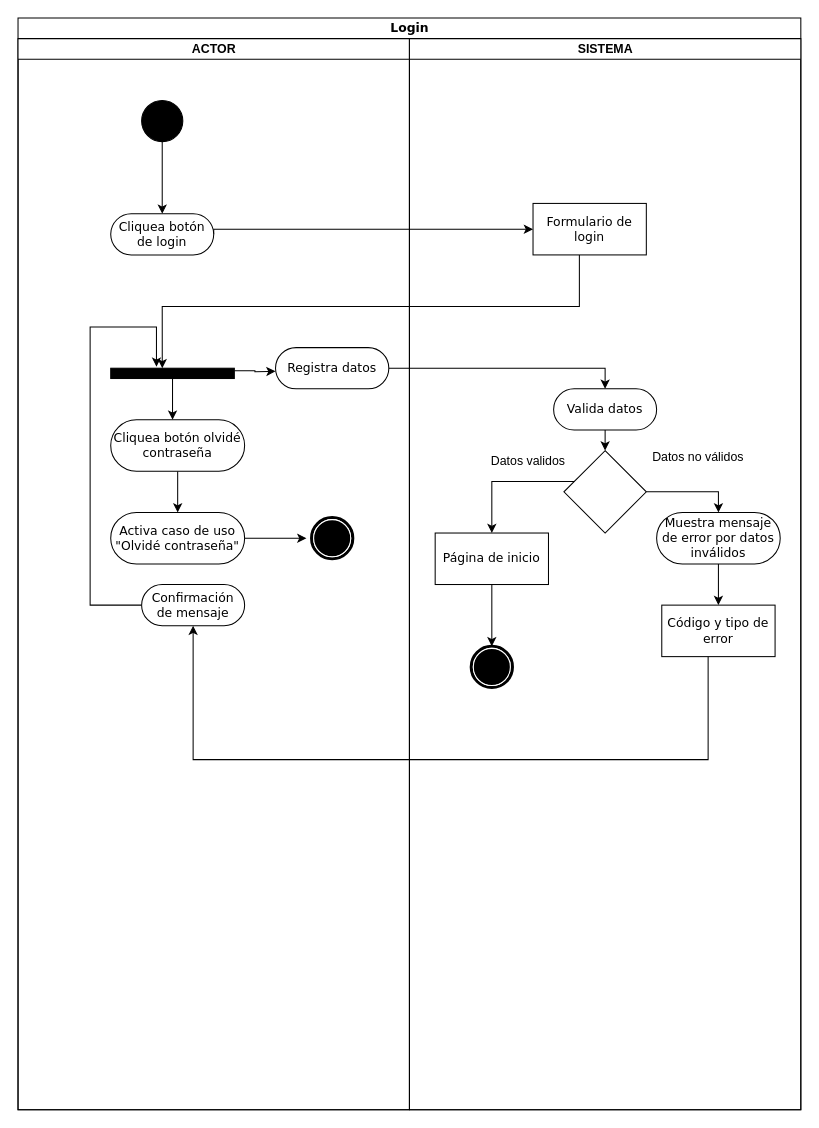
Before: page "Login" (2 of 3) of MET/Registro.drawio in NeutronBlast/IS-Ex, a draw.io diagram. Source tidied: cells renumbered, new cells numbered last; positions are measured from the earlier drawing's top-left corner, leaving out a move shared by most shapes. Both pictures are drawn from the tidied source at 103%, with x=0, y=0 at pixel (18, 18).
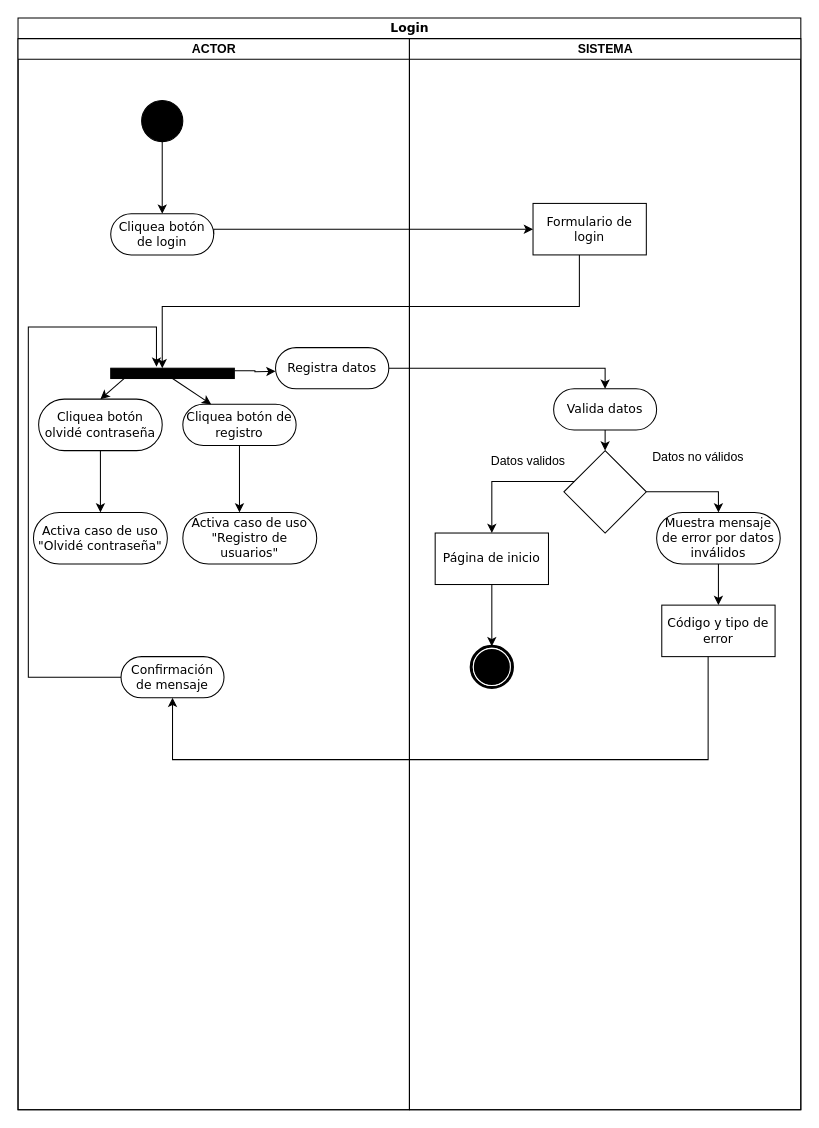
Above is the later version.

Unchanged cells that the change refers to:
```xml
<mxCell id="2" value="Login" style="swimlane;html=1;startSize=20;rounded=0;shadow=0;comic=0;labelBackgroundColor=none;strokeWidth=1;fontFamily=Verdana;fontSize=12;align=center;" parent="1" vertex="1">
  <mxGeometry width="760" height="1060" as="geometry" />
</mxCell>
<mxCell id="6" value="ACTOR" style="swimlane;html=1;startSize=20;" parent="2" vertex="1">
  <mxGeometry y="20" width="380" height="1040" as="geometry" />
</mxCell>
<mxCell id="13" style="rounded=0;whiteSpace=wrap;html=1;fillColor=#000000;" parent="6" vertex="1">
  <mxGeometry x="90" y="320" width="120" height="10" as="geometry" />
</mxCell>
<mxCell id="30" value="Código y tipo de error" style="rounded=0;whiteSpace=wrap;html=1;shadow=0;comic=0;labelBackgroundColor=none;strokeWidth=1;fontFamily=Verdana;fontSize=12;align=center;arcSize=50;" parent="18" vertex="1">
  <mxGeometry x="245" y="550" width="110" height="50" as="geometry" />
</mxCell>
```

Diff of the diagram source:
```diff
@@
     <mxCell id="10" style="edgeStyle=orthogonalEdgeStyle;rounded=0;jettySize=auto;html=1;entryX=0.37;entryY=-0.14;entryDx=0;entryDy=0;entryPerimeter=0;" parent="6" edge="1" source="11" target="13">
       <mxGeometry relative="1" as="geometry">
         <Array as="points">
-          <mxPoint x="70" y="550" />
-          <mxPoint x="70" y="280" />
+          <mxPoint x="10" y="620" />
+          <mxPoint x="10" y="280" />
           <mxPoint x="134" y="280" />
         </Array>
       </mxGeometry>
     </mxCell>
     <mxCell id="11" value="Confirmación de mensaje" style="rounded=1;whiteSpace=wrap;html=1;shadow=0;comic=0;labelBackgroundColor=none;strokeWidth=1;fontFamily=Verdana;fontSize=12;align=center;arcSize=50;" parent="6" vertex="1">
-      <mxGeometry x="120" y="530" width="100" height="40" as="geometry" />
+      <mxGeometry x="100" y="600" width="100" height="40" as="geometry" />
     </mxCell>
     <mxCell id="12" value="Activa caso de uso &quot;Olvidé contraseña&quot;" style="rounded=1;whiteSpace=wrap;html=1;shadow=0;comic=0;labelBackgroundColor=none;strokeWidth=1;fontFamily=Verdana;fontSize=12;align=center;arcSize=50;" parent="6" vertex="1">
-      <mxGeometry x="90" y="460" width="130" height="50" as="geometry" />
+      <mxGeometry x="15" y="460" width="130" height="50" as="geometry" />
     </mxCell>
@@
     <mxCell id="15" value="Cliquea botón olvidé contraseña" style="rounded=1;whiteSpace=wrap;html=1;shadow=0;comic=0;labelBackgroundColor=none;strokeWidth=1;fontFamily=Verdana;fontSize=12;align=center;arcSize=50;" parent="6" vertex="1">
-      <mxGeometry x="90" y="370" width="130" height="50" as="geometry" />
+      <mxGeometry x="20" y="350" width="120" height="50" as="geometry" />
     </mxCell>
@@
-    <mxCell id="17" style="shape=mxgraph.bpmn.shape;html=1;verticalLabelPosition=bottom;labelBackgroundColor=#ffffff;verticalAlign=top;perimeter=ellipsePerimeter;outline=end;symbol=terminate;rounded=0;shadow=0;comic=0;strokeWidth=1;fontFamily=Verdana;fontSize=12;align=center;" parent="6" vertex="1">
-      <mxGeometry x="285" y="465" width="40" height="40" as="geometry" />
-    </mxCell>
+    <mxCell id="37" value="Cliquea botón de registro" style="rounded=1;whiteSpace=wrap;html=1;shadow=0;comic=0;labelBackgroundColor=none;strokeWidth=1;fontFamily=Verdana;fontSize=12;align=center;arcSize=50;" parent="6" vertex="1">
+      <mxGeometry x="160" y="355" width="110" height="40" as="geometry" />
+    </mxCell>
+    <mxCell id="38" style="rounded=0;jettySize=auto;html=1;exitX=0.5;exitY=1;exitDx=0;exitDy=0;startArrow=none;startFill=0;endArrow=classic;endFill=1;entryX=0.25;entryY=0;entryDx=0;entryDy=0;" parent="6" edge="1" source="13" target="37">
+      <mxGeometry relative="1" as="geometry" />
+    </mxCell>
+    <mxCell id="39" value="Activa caso de uso &quot;Registro de usuarios&quot;" style="rounded=1;whiteSpace=wrap;html=1;shadow=0;comic=0;labelBackgroundColor=none;strokeWidth=1;fontFamily=Verdana;fontSize=12;align=center;arcSize=50;" parent="6" vertex="1">
+      <mxGeometry x="160" y="460" width="130" height="50" as="geometry" />
+    </mxCell>
@@
     <mxCell id="33" style="edgeStyle=orthogonalEdgeStyle;rounded=0;jettySize=auto;html=1;entryX=0.5;entryY=1;entryDx=0;entryDy=0;" parent="2" edge="1" source="30" target="11">
       <mxGeometry relative="1" as="geometry">
         <Array as="points">
           <mxPoint x="670" y="720" />
-          <mxPoint x="170" y="720" />
+          <mxPoint x="150" y="720" />
         </Array>
       </mxGeometry>
     </mxCell>
-    <mxCell id="34" style="edgeStyle=orthogonalEdgeStyle;rounded=0;jettySize=auto;html=1;exitX=0.5;exitY=1;exitDx=0;exitDy=0;startArrow=none;startFill=0;endArrow=classic;endFill=1;" parent="1" edge="1" source="13">
+    <mxCell id="34" style="rounded=0;jettySize=auto;html=1;exitX=0.11;exitY=0.98;exitDx=0;exitDy=0;startArrow=none;startFill=0;endArrow=classic;endFill=1;exitPerimeter=0;" parent="1" edge="1" source="13">
       <mxGeometry relative="1" as="geometry">
-        <mxPoint x="150" y="390" as="targetPoint" />
+        <mxPoint x="80" y="370" as="targetPoint" />
       </mxGeometry>
     </mxCell>
@@
-    <mxCell id="36" style="edgeStyle=orthogonalEdgeStyle;rounded=0;jettySize=auto;html=1;startArrow=none;startFill=0;endArrow=classic;endFill=1;" parent="1" edge="1" source="12">
-      <mxGeometry relative="1" as="geometry">
-        <mxPoint x="280" y="505" as="targetPoint" />
-      </mxGeometry>
-    </mxCell>
+    <mxCell id="40" style="edgeStyle=none;rounded=0;jettySize=auto;html=1;startArrow=none;startFill=0;endArrow=classic;endFill=1;" parent="1" edge="1" source="37">
+      <mxGeometry relative="1" as="geometry">
+        <mxPoint x="215" y="480" as="targetPoint" />
+      </mxGeometry>
+    </mxCell>
```
